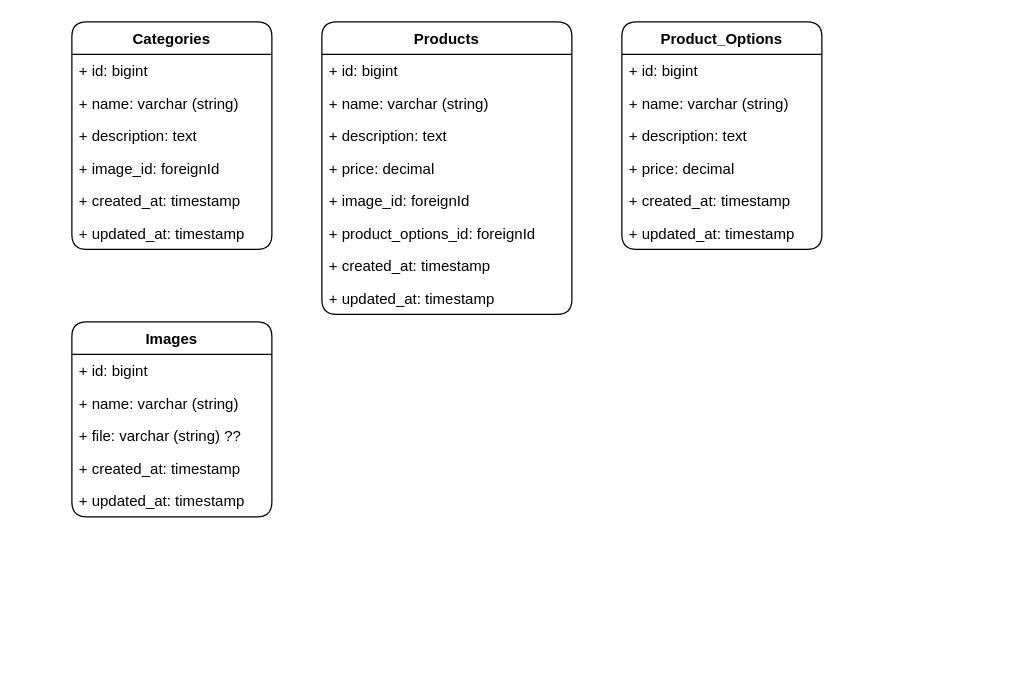
This is UML Project_GC.drawio from david-track/project-gc, a draw.io file, before an edit. Source tidied: cells renumbered, new cells numbered last; positions are measured from the earlier drawing's top-left corner, leaving out a move shared by most shapes. Both pictures are drawn from the tidied source at 125%, with x=0, y=0 at pixel (71, 21).
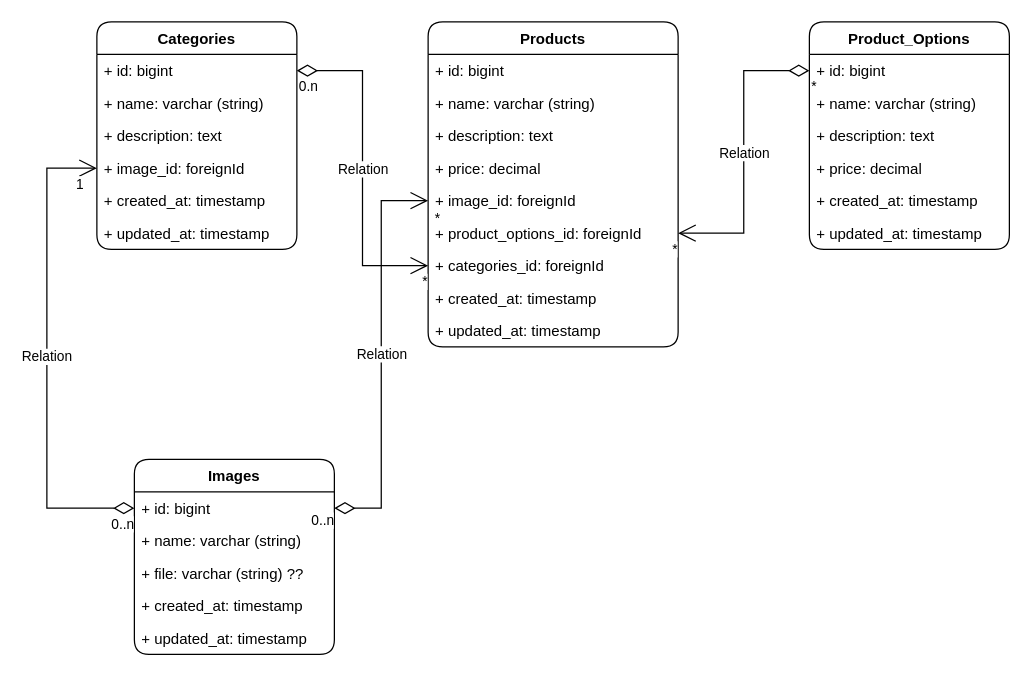
Above is the later version.

The change refers to these unchanged cells:
```xml
<mxCell id="3" value="+ id: bigint" style="text;strokeColor=none;fillColor=none;align=left;verticalAlign=top;spacingLeft=4;spacingRight=4;overflow=hidden;points=[[0,0.5],[1,0.5]];portConstraint=eastwest;rounded=1;" parent="2" vertex="1">
  <mxGeometry y="26" width="160" height="26" as="geometry" />
</mxCell>
<mxCell id="6" value="+ image_id: foreignId" style="text;strokeColor=none;fillColor=none;align=left;verticalAlign=top;spacingLeft=4;spacingRight=4;overflow=hidden;points=[[0,0.5],[1,0.5]];portConstraint=eastwest;rounded=1;" parent="2" vertex="1">
  <mxGeometry y="104" width="160" height="26" as="geometry" />
</mxCell>
<mxCell id="14" value="+ image_id: foreignId" style="text;strokeColor=none;fillColor=none;align=left;verticalAlign=top;spacingLeft=4;spacingRight=4;overflow=hidden;points=[[0,0.5],[1,0.5]];portConstraint=eastwest;rounded=1;" parent="9" vertex="1">
  <mxGeometry y="130" width="200" height="26" as="geometry" />
</mxCell>
<mxCell id="15" value="+ product_options_id: foreignId" style="text;strokeColor=none;fillColor=none;align=left;verticalAlign=top;spacingLeft=4;spacingRight=4;overflow=hidden;points=[[0,0.5],[1,0.5]];portConstraint=eastwest;rounded=1;" parent="9" vertex="1">
  <mxGeometry y="156" width="200" height="26" as="geometry" />
</mxCell>
<mxCell id="19" value="+ id: bigint" style="text;strokeColor=none;fillColor=none;align=left;verticalAlign=top;spacingLeft=4;spacingRight=4;overflow=hidden;points=[[0,0.5],[1,0.5]];portConstraint=eastwest;rounded=1;" parent="18" vertex="1">
  <mxGeometry y="26" width="160" height="26" as="geometry" />
</mxCell>
<mxCell id="26" value="+ id: bigint" style="text;strokeColor=none;fillColor=none;align=left;verticalAlign=top;spacingLeft=4;spacingRight=4;overflow=hidden;points=[[0,0.5],[1,0.5]];portConstraint=eastwest;rounded=1;" parent="25" vertex="1">
  <mxGeometry y="26" width="160" height="26" as="geometry" />
</mxCell>
```

Change to the diagram source:
```diff
@@
     <mxCell id="2" value="Categories" style="swimlane;fontStyle=1;horizontal=1;startSize=26;fillColor=none;rounded=1;" parent="1" vertex="1">
-      <mxGeometry width="160" height="182" as="geometry" />
+      <mxGeometry x="20" width="160" height="182" as="geometry" />
     </mxCell>
@@
     <mxCell id="9" value="Products" style="swimlane;fontStyle=1;horizontal=1;startSize=26;fillColor=none;rounded=1;" parent="1" vertex="1">
-      <mxGeometry x="200" width="200" height="234" as="geometry" />
+      <mxGeometry x="285" width="200" height="260" as="geometry" />
     </mxCell>
@@
+    <mxCell id="31" value="+ categories_id: foreignId" style="text;strokeColor=none;fillColor=none;align=left;verticalAlign=top;spacingLeft=4;spacingRight=4;overflow=hidden;points=[[0,0.5],[1,0.5]];portConstraint=eastwest;rounded=1;" parent="9" vertex="1">
+      <mxGeometry y="182" width="200" height="26" as="geometry" />
+    </mxCell>
     <mxCell id="16" value="+ created_at: timestamp" style="text;strokeColor=none;fillColor=none;align=left;verticalAlign=top;spacingLeft=4;spacingRight=4;overflow=hidden;rounded=1;" parent="9" vertex="1">
-      <mxGeometry y="182" width="200" height="26" as="geometry" />
+      <mxGeometry y="208" width="200" height="26" as="geometry" />
     </mxCell>
     <mxCell id="17" value="+ updated_at: timestamp" style="text;strokeColor=none;fillColor=none;align=left;verticalAlign=top;spacingLeft=4;spacingRight=4;overflow=hidden;rounded=1;" parent="9" vertex="1">
-      <mxGeometry y="208" width="200" height="26" as="geometry" />
+      <mxGeometry y="234" width="200" height="26" as="geometry" />
     </mxCell>
     <mxCell id="18" value="Product_Options" style="swimlane;fontStyle=1;horizontal=1;startSize=26;fillColor=none;rounded=1;" parent="1" vertex="1">
-      <mxGeometry x="440" width="160" height="182" as="geometry" />
+      <mxGeometry x="590" width="160" height="182" as="geometry" />
     </mxCell>
@@
     <mxCell id="25" value="Images" style="swimlane;fontStyle=1;horizontal=1;startSize=26;fillColor=none;rounded=1;" parent="1" vertex="1">
-      <mxGeometry y="240" width="160" height="156" as="geometry" />
+      <mxGeometry x="50" y="350" width="160" height="156" as="geometry" />
     </mxCell>
@@
+    <mxCell id="32" value="Relation" style="endArrow=open;html=1;endSize=12;startArrow=diamondThin;startSize=14;startFill=0;edgeStyle=orthogonalEdgeStyle;rounded=0;exitX=1;exitY=0.5;exitDx=0;exitDy=0;entryX=0;entryY=0.5;entryDx=0;entryDy=0;" parent="1" edge="1" source="3" target="31">
+      <mxGeometry relative="1" as="geometry" />
+    </mxCell>
+    <mxCell id="33" value="0.n" style="edgeLabel;html=1;align=left;verticalAlign=top;" parent="32" vertex="1">
+      <mxGeometry x="-1" relative="1" as="geometry" />
+    </mxCell>
+    <mxCell id="34" value="*" style="edgeLabel;html=1;align=right;verticalAlign=top;" parent="32" vertex="1">
+      <mxGeometry x="1" relative="1" as="geometry" />
+    </mxCell>
+    <mxCell id="35" value="Relation" style="endArrow=open;html=1;endSize=12;startArrow=diamondThin;startSize=14;startFill=0;edgeStyle=orthogonalEdgeStyle;rounded=0;entryX=0;entryY=0.5;entryDx=0;entryDy=0;exitX=1;exitY=0.5;exitDx=0;exitDy=0;" parent="1" edge="1" source="26" target="14">
+      <mxGeometry relative="1" as="geometry" />
+    </mxCell>
+    <mxCell id="36" value="0..n" style="edgeLabel;html=1;align=left;verticalAlign=top;" parent="35" vertex="1">
+      <mxGeometry x="-1" relative="1" as="geometry">
+        <mxPoint x="-20" y="-3" as="offset" />
+      </mxGeometry>
+    </mxCell>
+    <mxCell id="37" value="*" style="edgeLabel;html=1;align=right;verticalAlign=top;" parent="35" vertex="1">
+      <mxGeometry x="1" relative="1" as="geometry">
+        <mxPoint x="10" y="1" as="offset" />
+      </mxGeometry>
+    </mxCell>
+    <mxCell id="38" value="Relation" style="endArrow=open;html=1;endSize=12;startArrow=diamondThin;startSize=14;startFill=0;edgeStyle=orthogonalEdgeStyle;rounded=0;exitX=0;exitY=0.5;exitDx=0;exitDy=0;entryX=1;entryY=0.5;entryDx=0;entryDy=0;" parent="1" edge="1" source="19" target="15">
+      <mxGeometry relative="1" as="geometry" />
+    </mxCell>
+    <mxCell id="39" value="*" style="edgeLabel;html=1;align=left;verticalAlign=top;" parent="38" vertex="1">
+      <mxGeometry x="-1" relative="1" as="geometry" />
+    </mxCell>
+    <mxCell id="40" value="*" style="edgeLabel;html=1;align=right;verticalAlign=top;" parent="38" vertex="1">
+      <mxGeometry x="1" relative="1" as="geometry" />
+    </mxCell>
+    <mxCell id="41" value="Relation" style="endArrow=open;html=1;endSize=12;startArrow=diamondThin;startSize=14;startFill=0;edgeStyle=orthogonalEdgeStyle;rounded=0;entryX=0;entryY=0.5;entryDx=0;entryDy=0;exitX=0;exitY=0.5;exitDx=0;exitDy=0;" parent="1" edge="1" source="26" target="6">
+      <mxGeometry relative="1" as="geometry">
+        <Array as="points">
+          <mxPoint x="-20" y="389" />
+          <mxPoint x="-20" y="117" />
+        </Array>
+      </mxGeometry>
+    </mxCell>
+    <mxCell id="42" value="0..n" style="edgeLabel;html=1;align=left;verticalAlign=top;" parent="41" vertex="1">
+      <mxGeometry x="-1" relative="1" as="geometry">
+        <mxPoint x="-20" as="offset" />
+      </mxGeometry>
+    </mxCell>
+    <mxCell id="43" value="1" style="edgeLabel;html=1;align=right;verticalAlign=top;" parent="41" vertex="1">
+      <mxGeometry x="1" relative="1" as="geometry">
+        <mxPoint x="-10" as="offset" />
+      </mxGeometry>
+    </mxCell>
```
